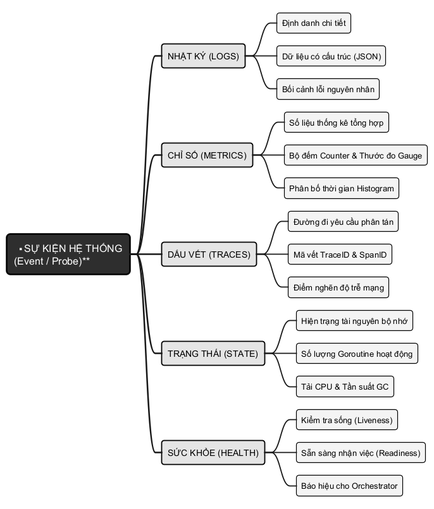
The PlantUML diagram assets/diagrams/observability-projections.png in Minhlike/Golang, before a commit.
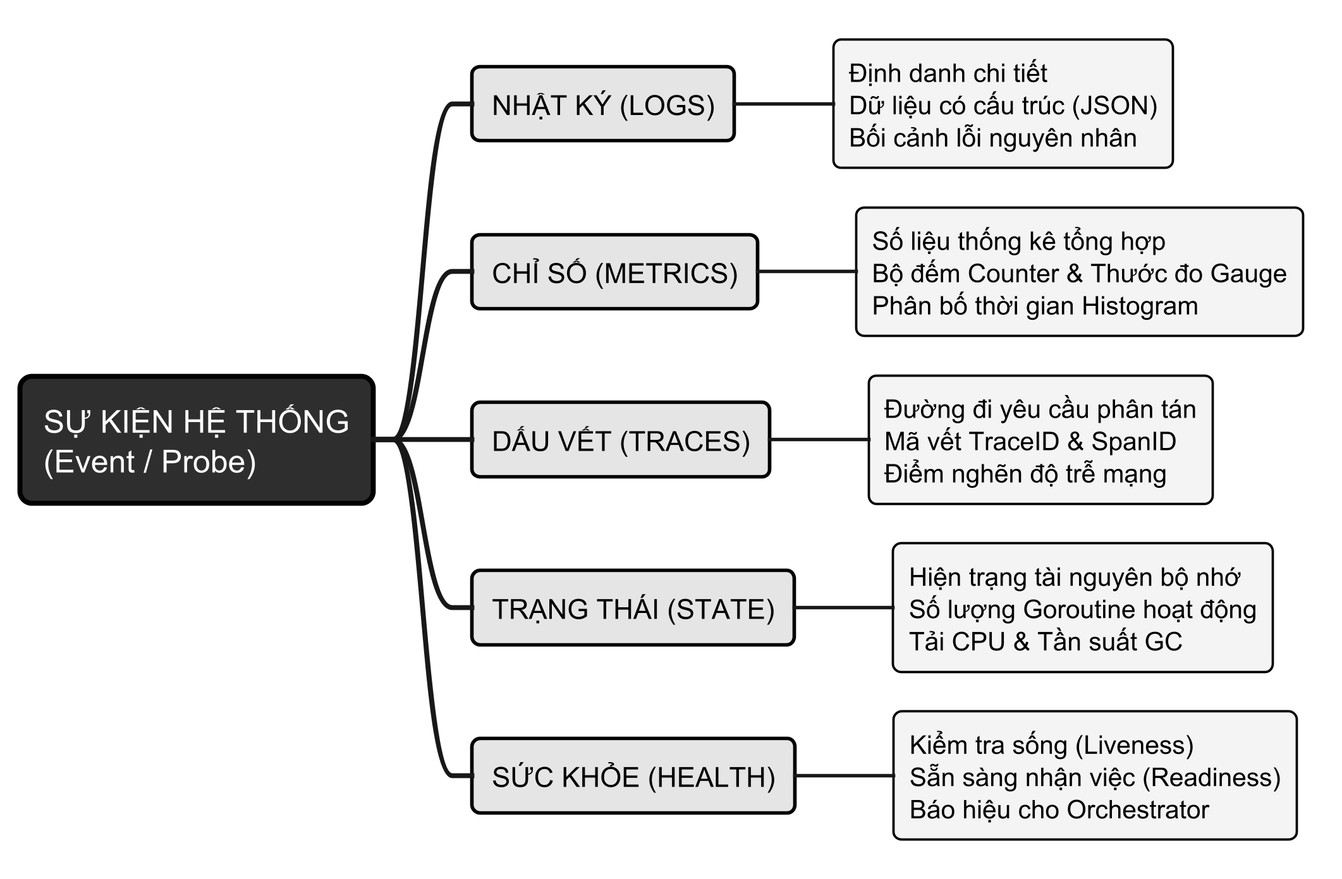
The same diagram one commit later.

Change to the diagram source:
```diff
@@ -1,4 +1,5 @@
 @startmindmap
+skinparamlocked dpi 300
 skinparam backgroundColor white
 skinparam defaultFontName "Source Sans 3"
 skinparam defaultFontSize 14
@@ -31,25 +32,15 @@
   }
 }
 </style>
-* **SỰ KIỆN HỆ THỐNG\n(Event / Probe)**
+* SỰ KIỆN HỆ THỐNG\n(Event / Probe)
 ** NHẬT KÝ (LOGS)
-*** Định danh chi tiết
-*** Dữ liệu có cấu trúc (JSON)
-*** Bối cảnh lỗi nguyên nhân
+*** Định danh chi tiết\nDữ liệu có cấu trúc (JSON)\nBối cảnh lỗi nguyên nhân
 ** CHỈ SỐ (METRICS)
-*** Số liệu thống kê tổng hợp
-*** Bộ đếm Counter & Thước đo Gauge
-*** Phân bố thời gian Histogram
+*** Số liệu thống kê tổng hợp\nBộ đếm Counter & Thước đo Gauge\nPhân bố thời gian Histogram
 ** DẤU VẾT (TRACES)
-*** Đường đi yêu cầu phân tán
-*** Mã vết TraceID & SpanID
-*** Điểm nghẽn độ trễ mạng
+*** Đường đi yêu cầu phân tán\nMã vết TraceID & SpanID\nĐiểm nghẽn độ trễ mạng
 ** TRẠNG THÁI (STATE)
-*** Hiện trạng tài nguyên bộ nhớ
-*** Số lượng Goroutine hoạt động
-*** Tải CPU & Tần suất GC
+*** Hiện trạng tài nguyên bộ nhớ\nSố lượng Goroutine hoạt động\nTải CPU & Tần suất GC
 ** SỨC KHỎE (HEALTH)
-*** Kiểm tra sống (Liveness)
-*** Sẵn sàng nhận việc (Readiness)
-*** Báo hiệu cho Orchestrator
+*** Kiểm tra sống (Liveness)\nSẵn sàng nhận việc (Readiness)\nBáo hiệu cho Orchestrator
 @endmindmap
```
